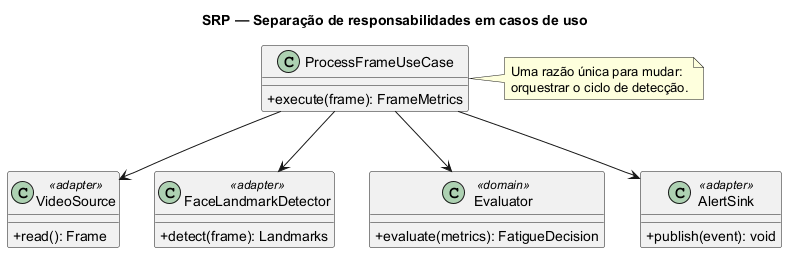
This is docs/article-solid/diagrams/png/02-srp-use-cases.png from luixsouza/driver-fatigue-detector, a PlantUML export, as it was before one commit. The source it was exported from:
```plantuml
@startuml
title SRP — Separação de responsabilidades em casos de uso

skinparam classAttributeIconSize 0
skinparam shadowing false
skinparam defaultFontName "Helvetica"

class ProcessFrameUseCase {
  +execute(frame): FrameMetrics
}
class VideoSource <<adapter>> {
  +read(): Frame
}
class FaceLandmarkDetector <<adapter>> {
  +detect(frame): Landmarks
}
class Evaluator <<domain>> {
  +evaluate(metrics): FatigueDecision
}
class AlertSink <<adapter>> {
  +publish(event): void
}

ProcessFrameUseCase --> VideoSource
ProcessFrameUseCase --> FaceLandmarkDetector
ProcessFrameUseCase --> Evaluator
ProcessFrameUseCase --> AlertSink

note right of ProcessFrameUseCase
  Uma razão única para mudar:
  orquestrar o ciclo de detecção.
end note

@enduml
```
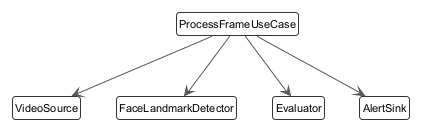
Later version of the same file.

What changed in the source:
```diff
@@ -1,34 +1,23 @@
 @startuml
-title SRP — Separação de responsabilidades em casos de uso
+!theme plain
+skinparam shadowing false
+skinparam roundCorner 6
+skinparam defaultFontName "Helvetica"
+skinparam defaultFontSize 11
+skinparam ArrowColor #555555
+skinparam ClassBackgroundColor #FFFFFF
+skinparam ClassBorderColor #333333
+hide circle
+hide empty members
 
-skinparam classAttributeIconSize 0
-skinparam shadowing false
-skinparam defaultFontName "Helvetica"
-
-class ProcessFrameUseCase {
-  +execute(frame): FrameMetrics
-}
-class VideoSource <<adapter>> {
-  +read(): Frame
-}
-class FaceLandmarkDetector <<adapter>> {
-  +detect(frame): Landmarks
-}
-class Evaluator <<domain>> {
-  +evaluate(metrics): FatigueDecision
-}
-class AlertSink <<adapter>> {
-  +publish(event): void
-}
+class ProcessFrameUseCase
+class VideoSource
+class FaceLandmarkDetector
+class Evaluator
+class AlertSink
 
 ProcessFrameUseCase --> VideoSource
 ProcessFrameUseCase --> FaceLandmarkDetector
 ProcessFrameUseCase --> Evaluator
 ProcessFrameUseCase --> AlertSink
-
-note right of ProcessFrameUseCase
-  Uma razão única para mudar:
-  orquestrar o ciclo de detecção.
-end note
-
 @enduml
```
